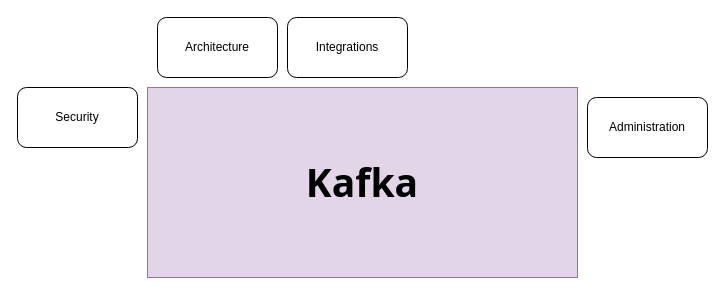
Above: Kafka.drawio in kanchantewary/MindMaps (draw.io), before the change. Source tidied: cells renumbered, new cells numbered last; positions are measured from the earlier drawing's top-left corner, leaving out a move shared by most shapes. Both pictures are drawn from the tidied source at 100%, with x=0, y=0 at pixel (17, 17).
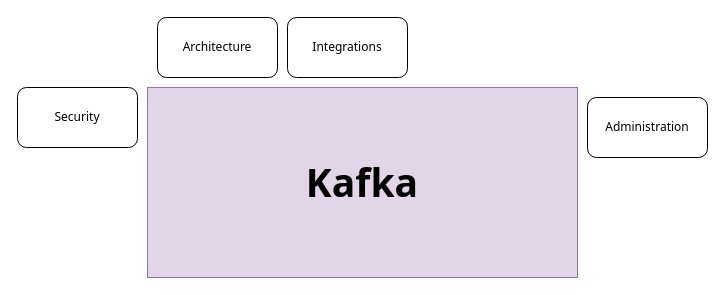
The same diagram, later.

What changed in the source:
```diff
@@
 <mxGraphModel>
   <root>
     <mxCell id="0" />
     <mxCell id="1" parent="0" />
     <mxCell id="2" value="&lt;h2&gt;Kafka&lt;/h2&gt;" style="rounded=0;whiteSpace=wrap;html=1;fontSize=26;fontFamily=Tahoma;fillColor=#e1d5e7;strokeColor=#9673a6;" parent="1" vertex="1">
       <mxGeometry x="130" y="70" width="430" height="190" as="geometry" />
     </mxCell>
-    <mxCell id="3" value="Architecture" style="rounded=1;whiteSpace=wrap;html=1;" parent="1" vertex="1">
+    <mxCell id="3" value="Architecture" style="rounded=1;whiteSpace=wrap;html=1;fontFamily=Tahoma;" parent="1" vertex="1">
       <mxGeometry x="140" width="120" height="60" as="geometry" />
     </mxCell>
-    <mxCell id="4" value="Integrations" style="rounded=1;whiteSpace=wrap;html=1;" parent="1" vertex="1">
+    <mxCell id="4" value="Integrations" style="rounded=1;whiteSpace=wrap;html=1;fontFamily=Tahoma;" parent="1" vertex="1">
       <mxGeometry x="270" width="120" height="60" as="geometry" />
     </mxCell>
-    <mxCell id="5" value="Security" style="rounded=1;whiteSpace=wrap;html=1;" parent="1" vertex="1">
+    <mxCell id="5" value="Security" style="rounded=1;whiteSpace=wrap;html=1;fontFamily=Tahoma;" parent="1" vertex="1">
       <mxGeometry y="70" width="120" height="60" as="geometry" />
     </mxCell>
-    <mxCell id="6" value="Administration" style="rounded=1;whiteSpace=wrap;html=1;" parent="1" vertex="1">
+    <mxCell id="6" value="Administration" style="rounded=1;whiteSpace=wrap;html=1;fontFamily=Tahoma;" parent="1" vertex="1">
       <mxGeometry x="570" y="80" width="120" height="60" as="geometry" />
     </mxCell>
   </root>
 </mxGraphModel>
```
